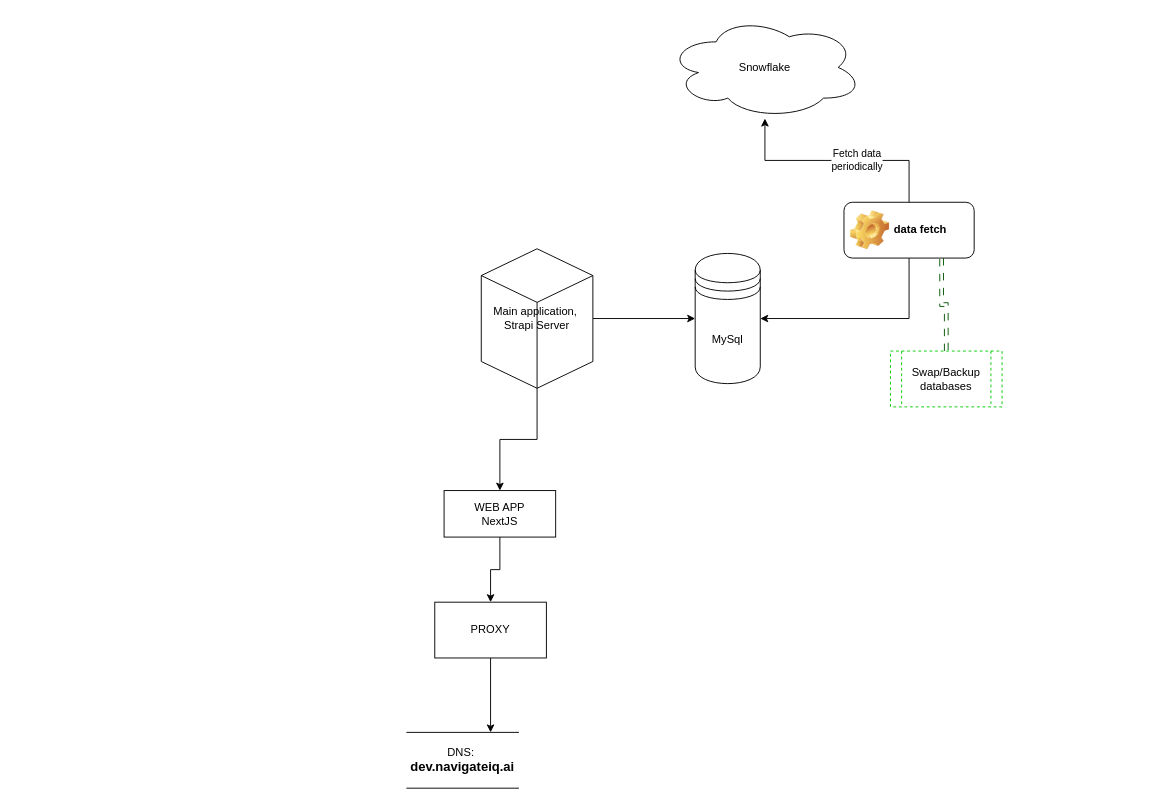
Above: tmp/navigate-iq-go-live.drawio in LuciOroles/carbee (draw.io), before the change. Source tidied: cells renumbered, new cells numbered last; positions are measured from the earlier drawing's top-left corner, leaving out a move shared by most shapes. Both pictures are drawn from the tidied source at 93%, with x=0, y=0 at pixel (406, 16).
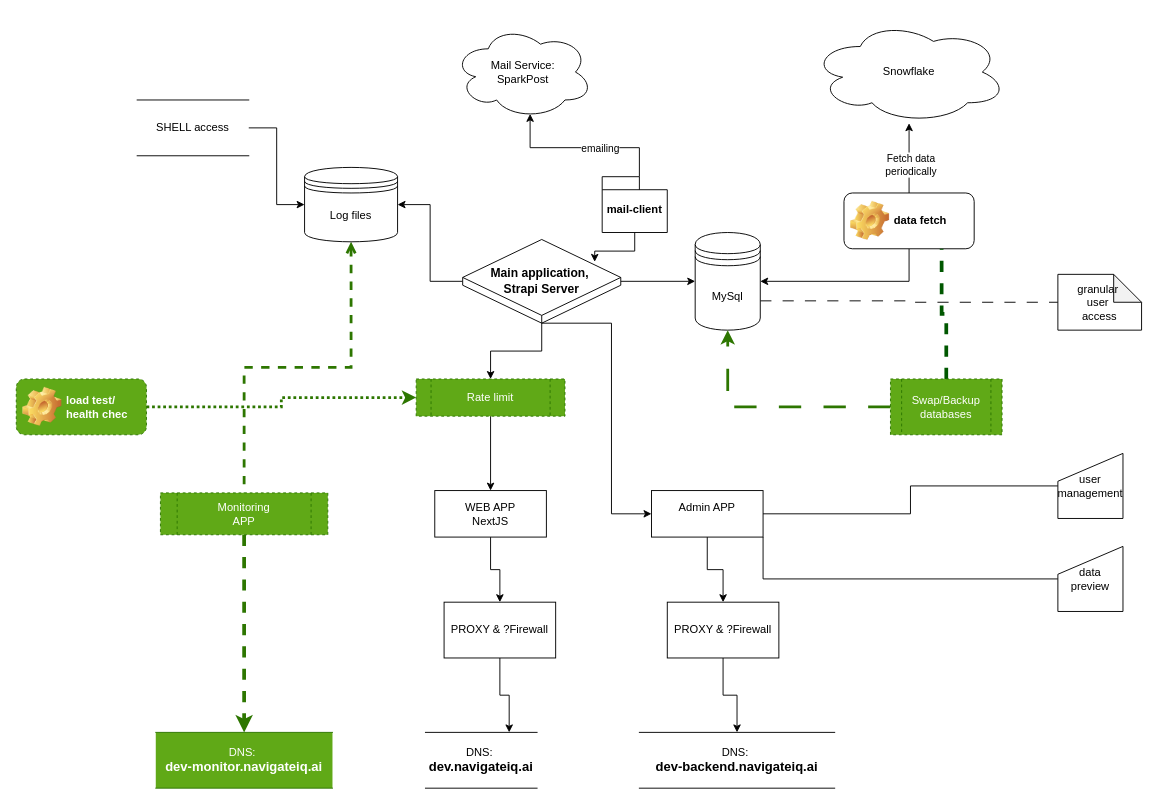
After the change.

The edit, as a diff of the source:
```diff
@@
-    <mxCell id="2" style="edgeStyle=orthogonalEdgeStyle;rounded=0;jettySize=auto;html=1;entryX=0.5;entryY=0;entryDx=0;entryDy=0;" parent="1" edge="1" source="4" target="15">
+    <mxCell id="2" style="edgeStyle=orthogonalEdgeStyle;rounded=0;jettySize=auto;html=1;entryX=0.5;entryY=0;entryDx=0;entryDy=0;" parent="1" edge="1" source="38" target="15">
       <mxGeometry relative="1" as="geometry" />
     </mxCell>
@@
+    <mxCell id="18" style="edgeStyle=orthogonalEdgeStyle;rounded=0;jettySize=auto;html=1;entryX=0.55;entryY=0.95;entryDx=0;entryDy=0;entryPerimeter=0;exitX=0;exitY=0;exitDx=40;exitDy=0;exitPerimeter=0;" parent="1" edge="1" source="33" target="23">
+      <mxGeometry relative="1" as="geometry" />
+    </mxCell>
+    <mxCell id="19" value="emailing" style="edgeLabel;html=1;align=center;verticalAlign=middle;" parent="18" vertex="1">
+      <mxGeometry x="-0.2" relative="1" as="geometry" />
+    </mxCell>
+    <mxCell id="20" style="edgeStyle=orthogonalEdgeStyle;rounded=0;jettySize=auto;html=1;entryX=1;entryY=0.5;entryDx=0;entryDy=0;" parent="1" edge="1" source="4" target="36">
+      <mxGeometry relative="1" as="geometry" />
+    </mxCell>
-    <mxCell id="4" value="Main application,&amp;nbsp;&lt;div&gt;Strapi Server&lt;/div&gt;" style="html=1;whiteSpace=wrap;shape=isoCube2;backgroundOutline=1;isoAngle=15;" parent="1" vertex="1">
-      <mxGeometry x="80" y="250" width="120" height="150" as="geometry" />
+    <mxCell id="4" value="&lt;div style=&quot;line-height: 140%;&quot;&gt;&lt;b&gt;&lt;font style=&quot;font-size: 13px;&quot;&gt;Main application,&amp;nbsp;&lt;/font&gt;&lt;/b&gt;&lt;div style=&quot;line-height: 140%;&quot;&gt;&lt;b&gt;&lt;font style=&quot;font-size: 13px;&quot;&gt;Strapi Server&lt;/font&gt;&lt;/b&gt;&lt;/div&gt;&lt;/div&gt;" style="html=1;whiteSpace=wrap;shape=isoCube2;backgroundOutline=1;isoAngle=15;" parent="1" vertex="1">
+      <mxGeometry x="60" y="240" width="170" height="90" as="geometry" />
     </mxCell>
     <mxCell id="5" value="DNS:&amp;nbsp;&lt;div&gt;&lt;b&gt;&lt;font style=&quot;font-size: 14px;&quot;&gt;dev.navigateiq.ai&lt;/font&gt;&lt;/b&gt;&lt;/div&gt;" style="shape=partialRectangle;whiteSpace=wrap;html=1;left=0;right=0;fillColor=none;" parent="1" vertex="1">
-      <mxGeometry y="770" width="120" height="60" as="geometry" />
+      <mxGeometry x="20" y="770" width="120" height="60" as="geometry" />
     </mxCell>
@@
     <mxCell id="9" value="data fetch" style="label;whiteSpace=wrap;html=1;image=img/clipart/Gear_128x128.png;" parent="1" vertex="1">
-      <mxGeometry x="470" y="200" width="140" height="60" as="geometry" />
+      <mxGeometry x="470" y="190" width="140" height="60" as="geometry" />
     </mxCell>
+    <mxCell id="21" style="edgeStyle=orthogonalEdgeStyle;rounded=0;jettySize=auto;html=1;exitX=1;exitY=0.7;exitDx=0;exitDy=0;dashed=1;dashPattern=12 12;endArrow=none;endFill=0;" parent="1" edge="1" source="10" target="48">
+      <mxGeometry relative="1" as="geometry" />
+    </mxCell>
     <mxCell id="10" value="MySql" style="shape=datastore;whiteSpace=wrap;html=1;" parent="1" vertex="1">
-      <mxGeometry x="310" y="255" width="70" height="140" as="geometry" />
+      <mxGeometry x="310" y="232.5" width="70" height="105" as="geometry" />
     </mxCell>
     <mxCell id="11" value="Snowflake" style="ellipse;shape=cloud;whiteSpace=wrap;html=1;" parent="1" vertex="1">
-      <mxGeometry x="280" width="210" height="110" as="geometry" />
+      <mxGeometry x="435" y="5" width="210" height="110" as="geometry" />
     </mxCell>
-    <mxCell id="12" style="edgeStyle=orthogonalEdgeStyle;rounded=0;jettySize=auto;html=1;entryX=0.75;entryY=1;entryDx=0;entryDy=0;dashed=1;dashPattern=8 8;shape=link;fillColor=#008a00;strokeColor=#005700;" parent="1" edge="1" source="13" target="9">
+    <mxCell id="12" style="edgeStyle=orthogonalEdgeStyle;rounded=0;jettySize=auto;html=1;entryX=0.75;entryY=1;entryDx=0;entryDy=0;dashed=1;fillColor=#008a00;strokeColor=#005700;strokeWidth=4;endArrow=none;endFill=0;" parent="1" edge="1" source="13" target="9">
       <mxGeometry relative="1" as="geometry" />
     </mxCell>
+    <mxCell id="22" style="edgeStyle=orthogonalEdgeStyle;rounded=0;jettySize=auto;html=1;entryX=0.5;entryY=1;entryDx=0;entryDy=0;dashed=1;dashPattern=8 8;strokeWidth=3;fillColor=#60a917;strokeColor=#2D7600;" parent="1" edge="1" source="13" target="10">
+      <mxGeometry relative="1" as="geometry" />
+    </mxCell>
-    <mxCell id="13" value="Swap/Backup&lt;div&gt;databases&lt;/div&gt;" style="shape=process;whiteSpace=wrap;html=1;backgroundOutline=1;dashed=1;strokeColor=#00CC00;" parent="1" vertex="1">
-      <mxGeometry x="520" y="360" width="120" height="60" as="geometry" />
+    <mxCell id="13" value="Swap/Backup&lt;div&gt;databases&lt;/div&gt;" style="shape=process;whiteSpace=wrap;html=1;backgroundOutline=1;dashed=1;strokeColor=#2D7600;fillColor=#60a917;fontColor=#ffffff;" parent="1" vertex="1">
+      <mxGeometry x="520" y="390" width="120" height="60" as="geometry" />
     </mxCell>
@@
     <mxCell id="15" value="WEB APP&lt;div&gt;NextJS&lt;/div&gt;" style="rounded=0;whiteSpace=wrap;html=1;" parent="1" vertex="1">
-      <mxGeometry x="40" y="510" width="120" height="50" as="geometry" />
+      <mxGeometry x="30" y="510" width="120" height="50" as="geometry" />
     </mxCell>
@@
-    <mxCell id="17" value="PROXY" style="rounded=0;whiteSpace=wrap;html=1;" parent="1" vertex="1">
-      <mxGeometry x="30" y="630" width="120" height="60" as="geometry" />
+    <mxCell id="17" value="PROXY &amp;amp; ?Firewall" style="rounded=0;whiteSpace=wrap;html=1;" parent="1" vertex="1">
+      <mxGeometry x="40" y="630" width="120" height="60" as="geometry" />
     </mxCell>
+    <mxCell id="23" value="Mail Service:&lt;div&gt;SparkPost&lt;/div&gt;" style="ellipse;shape=cloud;whiteSpace=wrap;html=1;" parent="1" vertex="1">
+      <mxGeometry x="50" y="10" width="150" height="100" as="geometry" />
+    </mxCell>
+    <mxCell id="24" style="edgeStyle=orthogonalEdgeStyle;rounded=0;jettySize=auto;html=1;entryX=0.5;entryY=0;entryDx=0;entryDy=0;" parent="1" edge="1" source="25" target="28">
+      <mxGeometry relative="1" as="geometry" />
+    </mxCell>
+    <mxCell id="25" value="Admin APP&lt;div&gt;&lt;br&gt;&lt;/div&gt;" style="rounded=0;whiteSpace=wrap;html=1;" parent="1" vertex="1">
+      <mxGeometry x="263" y="510" width="120" height="50" as="geometry" />
+    </mxCell>
+    <mxCell id="26" style="edgeStyle=orthogonalEdgeStyle;rounded=0;jettySize=auto;html=1;entryX=0.5;entryY=1;entryDx=0;entryDy=0;entryPerimeter=0;endArrow=none;endFill=0;startArrow=classic;startFill=1;" parent="1" edge="1" source="25" target="4">
+      <mxGeometry relative="1" as="geometry">
+        <Array as="points">
+          <mxPoint x="220" y="535" />
+          <mxPoint x="220" y="330" />
+        </Array>
+      </mxGeometry>
+    </mxCell>
+    <mxCell id="27" style="edgeStyle=orthogonalEdgeStyle;rounded=0;jettySize=auto;html=1;entryX=0.5;entryY=0;entryDx=0;entryDy=0;" parent="1" edge="1" source="28" target="29">
+      <mxGeometry relative="1" as="geometry" />
+    </mxCell>
+    <mxCell id="28" value="PROXY &amp;amp; ?Firewall" style="rounded=0;whiteSpace=wrap;html=1;" parent="1" vertex="1">
+      <mxGeometry x="280" y="630" width="120" height="60" as="geometry" />
+    </mxCell>
+    <mxCell id="29" value="DNS:&amp;nbsp;&lt;div&gt;&lt;b&gt;&lt;font style=&quot;font-size: 14px;&quot;&gt;dev-backend.navigateiq.ai&lt;/font&gt;&lt;/b&gt;&lt;/div&gt;" style="shape=partialRectangle;whiteSpace=wrap;html=1;left=0;right=0;fillColor=none;" parent="1" vertex="1">
+      <mxGeometry x="250" y="770" width="210" height="60" as="geometry" />
+    </mxCell>
+    <mxCell id="30" style="edgeStyle=orthogonalEdgeStyle;rounded=0;jettySize=auto;html=1;dashed=1;strokeWidth=4;fillColor=#60a917;strokeColor=#2D7600;" parent="1" edge="1" source="31" target="32">
+      <mxGeometry relative="1" as="geometry" />
+    </mxCell>
+    <mxCell id="31" value="Monitoring&lt;div&gt;APP&lt;/div&gt;" style="shape=process;whiteSpace=wrap;html=1;backgroundOutline=1;dashed=1;strokeColor=#2D7600;fillColor=#60a917;fontColor=#ffffff;" parent="1" vertex="1">
+      <mxGeometry x="-265" y="512.5" width="180" height="45" as="geometry" />
+    </mxCell>
+    <mxCell id="32" value="DNS:&amp;nbsp;&lt;div&gt;&lt;b&gt;&lt;font style=&quot;font-size: 14px;&quot;&gt;dev-monitor.navigateiq.ai&lt;/font&gt;&lt;/b&gt;&lt;/div&gt;" style="shape=partialRectangle;whiteSpace=wrap;html=1;left=0;right=0;fillColor=#60a917;fontColor=#ffffff;strokeColor=#2D7600;" parent="1" vertex="1">
+      <mxGeometry x="-270" y="770" width="190" height="60" as="geometry" />
+    </mxCell>
+    <mxCell id="33" value="mail-client" style="shape=folder;fontStyle=1;spacingTop=10;tabWidth=40;tabHeight=14;tabPosition=left;html=1;whiteSpace=wrap;" parent="1" vertex="1">
+      <mxGeometry x="210" y="172.5" width="70" height="60" as="geometry" />
+    </mxCell>
+    <mxCell id="34" style="edgeStyle=orthogonalEdgeStyle;rounded=0;jettySize=auto;html=1;entryX=0.835;entryY=0.267;entryDx=0;entryDy=0;entryPerimeter=0;" parent="1" edge="1" source="33" target="4">
+      <mxGeometry relative="1" as="geometry" />
+    </mxCell>
+    <mxCell id="35" style="edgeStyle=orthogonalEdgeStyle;rounded=0;jettySize=auto;html=1;entryX=0.5;entryY=0;entryDx=0;entryDy=0;endArrow=none;endFill=0;startArrow=open;startFill=0;strokeWidth=3;fillColor=#60a917;strokeColor=#2D7600;dashed=1;" parent="1" edge="1" source="36" target="31">
+      <mxGeometry relative="1" as="geometry" />
+    </mxCell>
+    <mxCell id="36" value="Log files" style="shape=datastore;whiteSpace=wrap;html=1;" parent="1" vertex="1">
+      <mxGeometry x="-110" y="162.5" width="100" height="80" as="geometry" />
+    </mxCell>
+    <mxCell id="37" style="edgeStyle=orthogonalEdgeStyle;rounded=0;jettySize=auto;html=1;entryX=0.5;entryY=0;entryDx=0;entryDy=0;" parent="1" edge="1" source="4" target="38">
+      <mxGeometry relative="1" as="geometry" />
+    </mxCell>
+    <mxCell id="38" value="Rate limit" style="shape=process;whiteSpace=wrap;html=1;backgroundOutline=1;dashed=1;strokeColor=#2D7600;fillColor=#60a917;fontColor=#ffffff;" parent="1" vertex="1">
+      <mxGeometry x="10" y="390" width="160" height="40" as="geometry" />
+    </mxCell>
+    <mxCell id="39" style="edgeStyle=orthogonalEdgeStyle;rounded=0;jettySize=auto;html=1;entryX=0;entryY=0.5;entryDx=0;entryDy=0;" parent="1" edge="1" source="40" target="36">
+      <mxGeometry relative="1" as="geometry" />
+    </mxCell>
+    <mxCell id="40" value="SHELL access" style="shape=partialRectangle;whiteSpace=wrap;html=1;left=0;right=0;fillColor=none;" parent="1" vertex="1">
+      <mxGeometry x="-290" y="90" width="120" height="60" as="geometry" />
+    </mxCell>
+    <mxCell id="41" style="edgeStyle=orthogonalEdgeStyle;rounded=0;orthogonalLoop=1;jettySize=auto;html=1;exitX=0.5;exitY=1;exitDx=0;exitDy=0;" parent="1" edge="1" source="40" target="40">
+      <mxGeometry relative="1" as="geometry" />
+    </mxCell>
+    <mxCell id="42" style="edgeStyle=orthogonalEdgeStyle;rounded=0;jettySize=auto;html=1;entryX=0;entryY=0.5;entryDx=0;entryDy=0;dashed=1;dashPattern=1 1;fillColor=#60a917;strokeColor=#2D7600;strokeWidth=3;" parent="1" edge="1" source="43" target="38">
+      <mxGeometry relative="1" as="geometry" />
+    </mxCell>
+    <mxCell id="43" value="load test/&lt;div&gt;health chec&lt;/div&gt;" style="label;whiteSpace=wrap;html=1;image=img/clipart/Gear_128x128.png;fillColor=#60a917;fontColor=#ffffff;strokeColor=#2D7600;dashed=1;" parent="1" vertex="1">
+      <mxGeometry x="-420" y="390" width="140" height="60" as="geometry" />
+    </mxCell>
+    <mxCell id="44" style="edgeStyle=orthogonalEdgeStyle;rounded=0;jettySize=auto;html=1;entryX=1;entryY=0.5;entryDx=0;entryDy=0;endArrow=none;endFill=0;" parent="1" edge="1" source="45" target="25">
+      <mxGeometry relative="1" as="geometry" />
+    </mxCell>
+    <mxCell id="45" value="user management" style="shape=manualInput;whiteSpace=wrap;html=1;" parent="1" vertex="1">
+      <mxGeometry x="700" y="470" width="70" height="70" as="geometry" />
+    </mxCell>
+    <mxCell id="46" style="edgeStyle=orthogonalEdgeStyle;rounded=0;jettySize=auto;html=1;entryX=1;entryY=1;entryDx=0;entryDy=0;endArrow=none;endFill=0;" parent="1" edge="1" source="47" target="25">
+      <mxGeometry relative="1" as="geometry" />
+    </mxCell>
+    <mxCell id="47" value="data&lt;div&gt;preview&lt;/div&gt;" style="shape=manualInput;whiteSpace=wrap;html=1;" parent="1" vertex="1">
+      <mxGeometry x="700" y="570" width="70" height="70" as="geometry" />
+    </mxCell>
+    <mxCell id="48" value="granular&amp;nbsp;&lt;div&gt;user&amp;nbsp;&lt;br&gt;&lt;div&gt;access&lt;/div&gt;&lt;/div&gt;" style="shape=note;whiteSpace=wrap;html=1;backgroundOutline=1;darkOpacity=0.05;" parent="1" vertex="1">
+      <mxGeometry x="700" y="277.5" width="90" height="60" as="geometry" />
+    </mxCell>
```
